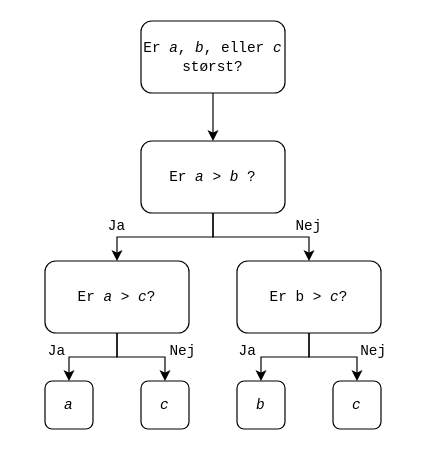
Before: algorithm.drawio in Magniswerfer/drawio, a draw.io diagram. Source tidied: cells renumbered, new cells numbered last; positions are measured from the earlier drawing's top-left corner, leaving out a move shared by most shapes. Both pictures are drawn from the tidied source at 120%, with x=0, y=0 at pixel (20, 20).
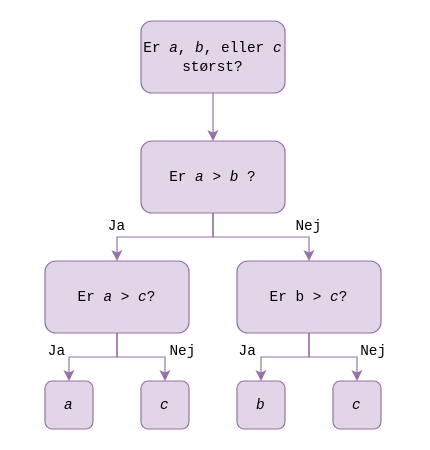
The same page after the edit.

The edit, as a diff of the source:
```diff
@@
-    <mxCell id="2" style="edgeStyle=orthogonalEdgeStyle;rounded=0;jettySize=auto;html=1;entryX=0.5;entryY=0;entryDx=0;entryDy=0;strokeColor=#000000;" parent="1" edge="1" source="3" target="6">
+    <mxCell id="2" style="edgeStyle=orthogonalEdgeStyle;rounded=0;jettySize=auto;html=1;entryX=0.5;entryY=0;entryDx=0;entryDy=0;strokeColor=#9673a6;fillColor=#e1d5e7;" parent="1" edge="1" source="3" target="6">
       <mxGeometry relative="1" as="geometry" />
     </mxCell>
-    <mxCell id="3" value="&lt;font face=&quot;Courier New&quot;&gt;Er &lt;i&gt;a&lt;/i&gt;, &lt;i&gt;b&lt;/i&gt;, eller &lt;i&gt;c&lt;/i&gt; &lt;br&gt;størst?&lt;br&gt;&lt;/font&gt;" style="whiteSpace=wrap;html=1;rounded=1;strokeColor=#000000;" parent="1" vertex="1">
+    <mxCell id="3" value="&lt;font face=&quot;Courier New&quot;&gt;Er &lt;i&gt;a&lt;/i&gt;, &lt;i&gt;b&lt;/i&gt;, eller &lt;i&gt;c&lt;/i&gt; &lt;br&gt;størst?&lt;br&gt;&lt;/font&gt;" style="whiteSpace=wrap;html=1;rounded=1;strokeColor=#9673a6;fillColor=#e1d5e7;" parent="1" vertex="1">
       <mxGeometry x="100" width="120" height="60" as="geometry" />
     </mxCell>
-    <mxCell id="4" style="edgeStyle=orthogonalEdgeStyle;rounded=0;jettySize=auto;html=1;strokeColor=#000000;" parent="1" edge="1" source="6" target="9">
+    <mxCell id="4" style="edgeStyle=orthogonalEdgeStyle;rounded=0;jettySize=auto;html=1;strokeColor=#9673a6;fillColor=#e1d5e7;" parent="1" edge="1" source="6" target="9">
       <mxGeometry relative="1" as="geometry" />
     </mxCell>
-    <mxCell id="5" style="edgeStyle=orthogonalEdgeStyle;rounded=0;jettySize=auto;html=1;entryX=0.5;entryY=0;entryDx=0;entryDy=0;strokeColor=#000000;" parent="1" edge="1" source="6" target="12">
+    <mxCell id="5" style="edgeStyle=orthogonalEdgeStyle;rounded=0;jettySize=auto;html=1;entryX=0.5;entryY=0;entryDx=0;entryDy=0;strokeColor=#9673a6;fillColor=#e1d5e7;" parent="1" edge="1" source="6" target="12">
       <mxGeometry relative="1" as="geometry" />
     </mxCell>
-    <mxCell id="6" value="&lt;font face=&quot;Courier New&quot;&gt;Er &lt;i&gt;a&lt;/i&gt; &amp;gt; &lt;i&gt;b &lt;/i&gt;?&lt;br&gt;&lt;/font&gt;" style="whiteSpace=wrap;html=1;rounded=1;strokeColor=#000000;" parent="1" vertex="1">
+    <mxCell id="6" value="&lt;font face=&quot;Courier New&quot;&gt;Er &lt;i&gt;a&lt;/i&gt; &amp;gt; &lt;i&gt;b &lt;/i&gt;?&lt;br&gt;&lt;/font&gt;" style="whiteSpace=wrap;html=1;rounded=1;strokeColor=#9673a6;fillColor=#e1d5e7;" parent="1" vertex="1">
       <mxGeometry x="100" y="100" width="120" height="60" as="geometry" />
     </mxCell>
-    <mxCell id="7" style="edgeStyle=orthogonalEdgeStyle;rounded=0;jettySize=auto;html=1;strokeColor=#000000;" parent="1" edge="1" source="9" target="15">
+    <mxCell id="7" style="edgeStyle=orthogonalEdgeStyle;rounded=0;jettySize=auto;html=1;strokeColor=#9673a6;fillColor=#e1d5e7;" parent="1" edge="1" source="9" target="15">
       <mxGeometry relative="1" as="geometry" />
     </mxCell>
-    <mxCell id="8" style="edgeStyle=orthogonalEdgeStyle;rounded=0;jettySize=auto;html=1;strokeColor=#000000;" parent="1" edge="1" source="9" target="16">
+    <mxCell id="8" style="edgeStyle=orthogonalEdgeStyle;rounded=0;jettySize=auto;html=1;strokeColor=#9673a6;fillColor=#e1d5e7;" parent="1" edge="1" source="9" target="16">
       <mxGeometry relative="1" as="geometry" />
     </mxCell>
-    <mxCell id="9" value="&lt;font face=&quot;Courier New&quot;&gt;Er &lt;i&gt;a&lt;/i&gt; &amp;gt; &lt;i&gt;c&lt;/i&gt;?&lt;br&gt;&lt;/font&gt;" style="whiteSpace=wrap;html=1;rounded=1;strokeColor=#000000;" parent="1" vertex="1">
+    <mxCell id="9" value="&lt;font face=&quot;Courier New&quot;&gt;Er &lt;i&gt;a&lt;/i&gt; &amp;gt; &lt;i&gt;c&lt;/i&gt;?&lt;br&gt;&lt;/font&gt;" style="whiteSpace=wrap;html=1;rounded=1;strokeColor=#9673a6;fillColor=#e1d5e7;" parent="1" vertex="1">
       <mxGeometry x="20" y="200" width="120" height="60" as="geometry" />
     </mxCell>
-    <mxCell id="10" style="edgeStyle=orthogonalEdgeStyle;rounded=0;jettySize=auto;html=1;entryX=0.5;entryY=0;entryDx=0;entryDy=0;strokeColor=#000000;" parent="1" edge="1" source="12" target="17">
+    <mxCell id="10" style="edgeStyle=orthogonalEdgeStyle;rounded=0;jettySize=auto;html=1;entryX=0.5;entryY=0;entryDx=0;entryDy=0;strokeColor=#9673a6;fillColor=#e1d5e7;" parent="1" edge="1" source="12" target="17">
       <mxGeometry relative="1" as="geometry" />
     </mxCell>
-    <mxCell id="11" style="edgeStyle=orthogonalEdgeStyle;rounded=0;jettySize=auto;html=1;entryX=0.5;entryY=0;entryDx=0;entryDy=0;strokeColor=#000000;" parent="1" edge="1" source="12" target="18">
+    <mxCell id="11" style="edgeStyle=orthogonalEdgeStyle;rounded=0;jettySize=auto;html=1;entryX=0.5;entryY=0;entryDx=0;entryDy=0;strokeColor=#9673a6;fillColor=#e1d5e7;" parent="1" edge="1" source="12" target="18">
       <mxGeometry relative="1" as="geometry" />
     </mxCell>
-    <mxCell id="12" value="&lt;font face=&quot;Courier New&quot;&gt;Er b &amp;gt; &lt;i&gt;c&lt;/i&gt;?&lt;br&gt;&lt;/font&gt;" style="whiteSpace=wrap;html=1;rounded=1;strokeColor=#000000;" parent="1" vertex="1">
+    <mxCell id="12" value="&lt;font face=&quot;Courier New&quot;&gt;Er b &amp;gt; &lt;i&gt;c&lt;/i&gt;?&lt;br&gt;&lt;/font&gt;" style="whiteSpace=wrap;html=1;rounded=1;strokeColor=#9673a6;fillColor=#e1d5e7;" parent="1" vertex="1">
       <mxGeometry x="180" y="200" width="120" height="60" as="geometry" />
     </mxCell>
@@
-    <mxCell id="15" value="&lt;font face=&quot;Courier New&quot;&gt;&lt;i&gt;a&lt;br&gt;&lt;/i&gt;&lt;/font&gt;" style="whiteSpace=wrap;html=1;rounded=1;strokeColor=#000000;" parent="1" vertex="1">
+    <mxCell id="15" value="&lt;font face=&quot;Courier New&quot;&gt;&lt;i&gt;a&lt;br&gt;&lt;/i&gt;&lt;/font&gt;" style="whiteSpace=wrap;html=1;rounded=1;strokeColor=#9673a6;fillColor=#e1d5e7;" parent="1" vertex="1">
       <mxGeometry x="20" y="300" width="40" height="40" as="geometry" />
     </mxCell>
-    <mxCell id="16" value="&lt;font face=&quot;Courier New&quot;&gt;&lt;i&gt;c&lt;/i&gt;&lt;/font&gt;" style="whiteSpace=wrap;html=1;rounded=1;strokeColor=#000000;" parent="1" vertex="1">
+    <mxCell id="16" value="&lt;font face=&quot;Courier New&quot;&gt;&lt;i&gt;c&lt;/i&gt;&lt;/font&gt;" style="whiteSpace=wrap;html=1;rounded=1;strokeColor=#9673a6;fillColor=#e1d5e7;" parent="1" vertex="1">
       <mxGeometry x="100" y="300" width="40" height="40" as="geometry" />
     </mxCell>
-    <mxCell id="17" value="&lt;font face=&quot;Courier New&quot;&gt;&lt;i&gt;b&lt;/i&gt;&lt;/font&gt;" style="whiteSpace=wrap;html=1;rounded=1;strokeColor=#000000;" parent="1" vertex="1">
+    <mxCell id="17" value="&lt;font face=&quot;Courier New&quot;&gt;&lt;i&gt;b&lt;/i&gt;&lt;/font&gt;" style="whiteSpace=wrap;html=1;rounded=1;strokeColor=#9673a6;fillColor=#e1d5e7;" parent="1" vertex="1">
       <mxGeometry x="180" y="300" width="40" height="40" as="geometry" />
     </mxCell>
-    <mxCell id="18" value="&lt;font face=&quot;Courier New&quot;&gt;&lt;i&gt;c&lt;/i&gt;&lt;/font&gt;" style="whiteSpace=wrap;html=1;rounded=1;strokeColor=#000000;" parent="1" vertex="1">
+    <mxCell id="18" value="&lt;font face=&quot;Courier New&quot;&gt;&lt;i&gt;c&lt;/i&gt;&lt;/font&gt;" style="whiteSpace=wrap;html=1;rounded=1;strokeColor=#9673a6;fillColor=#e1d5e7;" parent="1" vertex="1">
       <mxGeometry x="260" y="300" width="40" height="40" as="geometry" />
     </mxCell>
```
